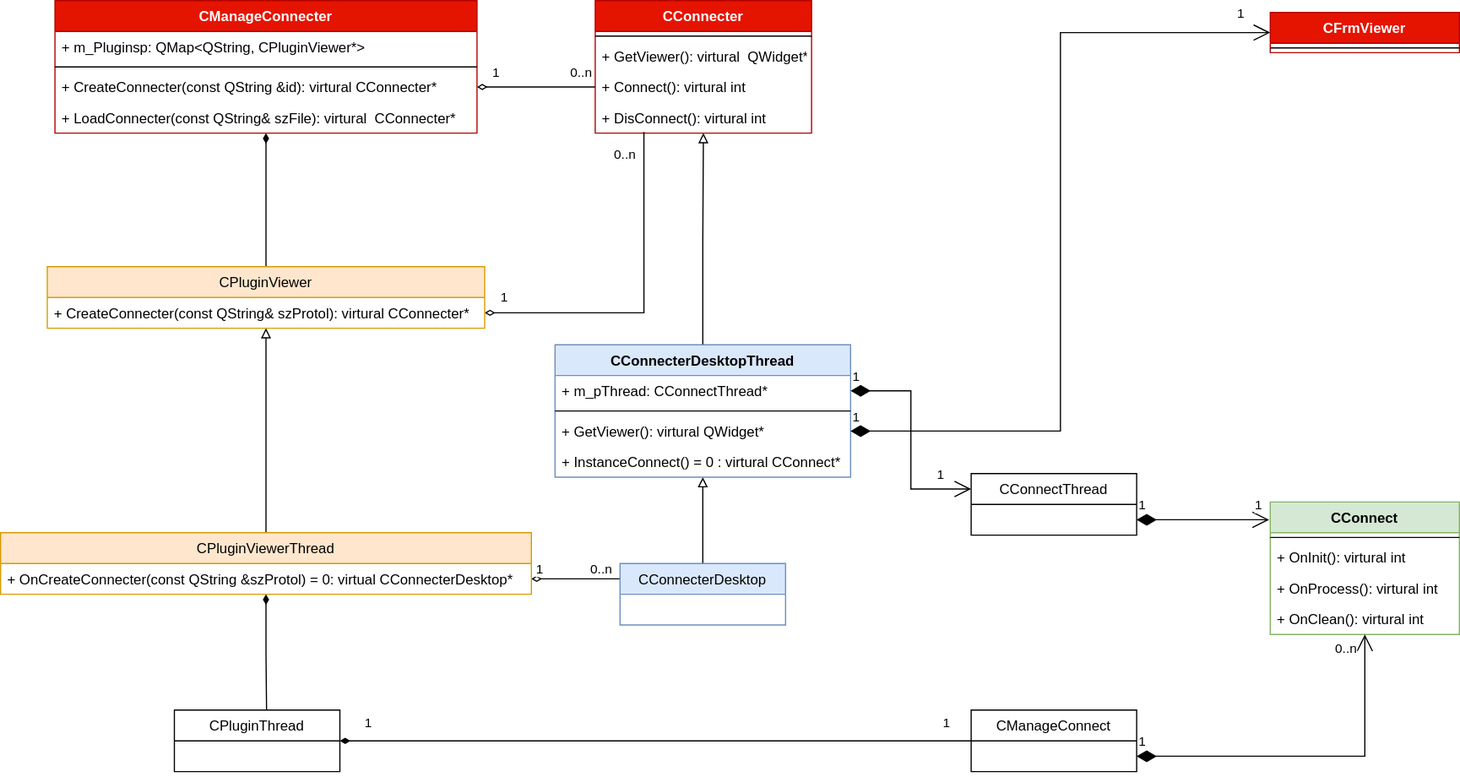
KangLin/RabbitRemoteControl keeps this draw.io diagram as docs/Image/PluginViewerAPI.svg. Above is the earlier version. Source tidied: cells renumbered, new cells last; positions are measured from the earlier drawing's top-left corner, leaving out a move shared by most shapes.
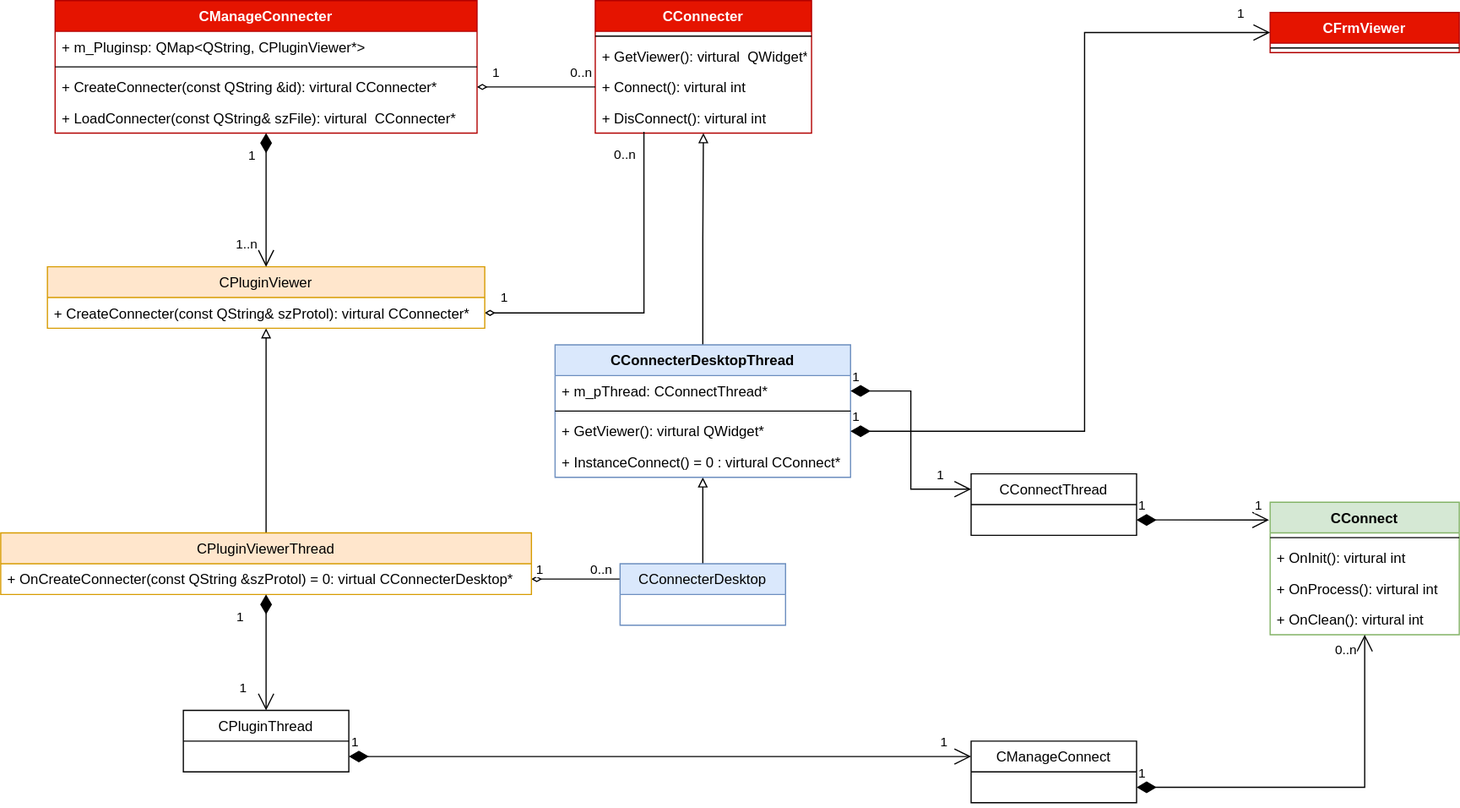
Above is the later version.

Change to the diagram source:
```diff
@@ -2,9 +2,6 @@
   <root>
     <mxCell id="0" />
     <mxCell id="1" parent="0" />
-    <mxCell id="2" style="edgeStyle=orthogonalEdgeStyle;rounded=0;jettySize=auto;html=1;endArrow=none;endFill=0;startArrow=diamondThin;startFill=1;" parent="1" edge="1" source="3" target="31">
-      <mxGeometry relative="1" as="geometry" />
-    </mxCell>
     <mxCell id="3" value="CManageConnecter" style="swimlane;fontStyle=1;align=center;verticalAlign=top;horizontal=1;startSize=26;fillColor=#e51400;fontColor=#ffffff;strokeColor=#B20000;" parent="1" vertex="1">
       <mxGeometry x="46" width="357" height="112" as="geometry" />
     </mxCell>
@@ -102,9 +99,6 @@
     <mxCell id="33" value="CConnectThread" style="swimlane;fontStyle=0;horizontal=1;startSize=26;fillColor=none;" parent="1" vertex="1">
       <mxGeometry x="821" y="400" width="140" height="52" as="geometry" />
     </mxCell>
-    <mxCell id="34" style="edgeStyle=orthogonalEdgeStyle;rounded=0;jettySize=auto;html=1;entryX=0.557;entryY=0;entryDx=0;entryDy=0;entryPerimeter=0;startArrow=diamondThin;startFill=1;endArrow=none;endFill=0;" parent="1" edge="1" source="38" target="44">
-      <mxGeometry relative="1" as="geometry" />
-    </mxCell>
     <mxCell id="35" style="edgeStyle=orthogonalEdgeStyle;rounded=0;jettySize=auto;html=1;entryX=0;entryY=0.25;entryDx=0;entryDy=0;startArrow=diamondThin;startFill=0;endArrow=none;endFill=0;exitX=1;exitY=0.5;exitDx=0;exitDy=0;" parent="1" edge="1" source="39" target="40">
       <mxGeometry relative="1" as="geometry" />
     </mxCell>
@@ -127,24 +121,11 @@
     <mxCell id="40" value="CConnecterDesktop" style="swimlane;fontStyle=0;horizontal=1;startSize=26;fillColor=#dae8fc;strokeColor=#6c8ebf;" parent="1" vertex="1">
       <mxGeometry x="524" y="476" width="140" height="52" as="geometry" />
     </mxCell>
-    <mxCell id="41" style="edgeStyle=orthogonalEdgeStyle;rounded=0;jettySize=auto;html=1;entryX=0;entryY=0.5;entryDx=0;entryDy=0;startArrow=diamondThin;startFill=1;endArrow=none;endFill=0;" parent="1" edge="1" source="44" target="45">
-      <mxGeometry relative="1" as="geometry" />
-    </mxCell>
-    <mxCell id="42" value="1" style="edgeLabel;html=1;align=center;verticalAlign=middle;" parent="41" vertex="1">
-      <mxGeometry x="-0.91" relative="1" as="geometry">
-        <mxPoint y="-16" as="offset" />
-      </mxGeometry>
-    </mxCell>
-    <mxCell id="43" value="1" style="edgeLabel;html=1;align=center;verticalAlign=middle;" parent="41" vertex="1">
-      <mxGeometry x="0.92" y="3" relative="1" as="geometry">
-        <mxPoint y="-13" as="offset" />
-      </mxGeometry>
-    </mxCell>
     <mxCell id="44" value="CPluginThread" style="swimlane;fontStyle=0;horizontal=1;startSize=26;fillColor=none;" parent="1" vertex="1">
-      <mxGeometry x="147" y="600" width="140" height="52" as="geometry" />
+      <mxGeometry x="154.5" y="600" width="140" height="52" as="geometry" />
     </mxCell>
     <mxCell id="45" value="CManageConnect" style="swimlane;fontStyle=0;horizontal=1;startSize=26;fillColor=none;" parent="1" vertex="1">
-      <mxGeometry x="821" y="600" width="140" height="52" as="geometry" />
+      <mxGeometry x="821" y="626" width="140" height="52" as="geometry" />
     </mxCell>
     <mxCell id="46" style="edgeStyle=orthogonalEdgeStyle;rounded=0;jettySize=auto;html=1;entryX=0;entryY=0.5;entryDx=0;entryDy=0;endArrow=none;endFill=0;startArrow=diamondThin;startFill=0;" parent="1" edge="1" source="6" target="11">
       <mxGeometry relative="1" as="geometry" />
@@ -184,12 +165,41 @@
       </mxGeometry>
     </mxCell>
     <mxCell id="55" value="1" style="endArrow=open;html=1;endSize=12;startArrow=diamondThin;startSize=14;startFill=1;edgeStyle=orthogonalEdgeStyle;align=left;verticalAlign=bottom;rounded=0;exitX=1;exitY=0.5;exitDx=0;exitDy=0;entryX=0;entryY=0.5;entryDx=0;entryDy=0;" parent="1" edge="1" source="18" target="20">
-      <mxGeometry x="-1" y="3" relative="1" as="geometry" />
+      <mxGeometry x="-1" y="3" relative="1" as="geometry">
+        <Array as="points">
+          <mxPoint x="917" y="364" />
+          <mxPoint x="917" y="27" />
+        </Array>
+      </mxGeometry>
     </mxCell>
     <mxCell id="56" value="1" style="edgeLabel;html=1;align=center;verticalAlign=middle;" parent="55" vertex="1">
       <mxGeometry x="0.92" relative="1" as="geometry">
         <mxPoint y="-17" as="offset" />
       </mxGeometry>
     </mxCell>
+    <mxCell id="41" value="1" style="endArrow=open;html=1;endSize=12;startArrow=diamondThin;startSize=14;startFill=1;edgeStyle=orthogonalEdgeStyle;align=left;verticalAlign=bottom;rounded=0;exitX=1;exitY=0.75;exitDx=0;exitDy=0;entryX=0;entryY=0.25;entryDx=0;entryDy=0;" parent="1" edge="1" source="44" target="45">
+      <mxGeometry x="-1" y="3" relative="1" as="geometry" />
+    </mxCell>
+    <mxCell id="57" value="1" style="edgeLabel;html=1;align=center;verticalAlign=middle;" parent="41" vertex="1">
+      <mxGeometry x="0.91" y="-1" relative="1" as="geometry">
+        <mxPoint y="-14" as="offset" />
+      </mxGeometry>
+    </mxCell>
+    <mxCell id="34" value="1" style="endArrow=open;html=1;endSize=12;startArrow=diamondThin;startSize=14;startFill=1;edgeStyle=orthogonalEdgeStyle;align=left;verticalAlign=bottom;rounded=0;entryX=0.5;entryY=0;entryDx=0;entryDy=0;" parent="1" edge="1" source="38" target="44">
+      <mxGeometry x="-0.43" y="-27" relative="1" as="geometry" />
+    </mxCell>
+    <mxCell id="58" value="1" style="edgeLabel;html=1;align=center;verticalAlign=middle;" parent="34" vertex="1">
+      <mxGeometry x="0.77" y="-1" relative="1" as="geometry">
+        <mxPoint x="-19" y="-9" as="offset" />
+      </mxGeometry>
+    </mxCell>
+    <mxCell id="2" value="1" style="endArrow=open;html=1;endSize=12;startArrow=diamondThin;startSize=14;startFill=1;edgeStyle=orthogonalEdgeStyle;align=left;verticalAlign=bottom;rounded=0;exitX=0.5;exitY=1;exitDx=0;exitDy=0;entryX=0.5;entryY=0;entryDx=0;entryDy=0;" parent="1" edge="1" source="3" target="31">
+      <mxGeometry x="-0.5" y="-17" relative="1" as="geometry" />
+    </mxCell>
+    <mxCell id="59" value="1..n" style="edgeLabel;html=1;align=center;verticalAlign=middle;" parent="2" vertex="1">
+      <mxGeometry x="0.65" relative="1" as="geometry">
+        <mxPoint x="-17" as="offset" />
+      </mxGeometry>
+    </mxCell>
   </root>
 </mxGraphModel>
```
